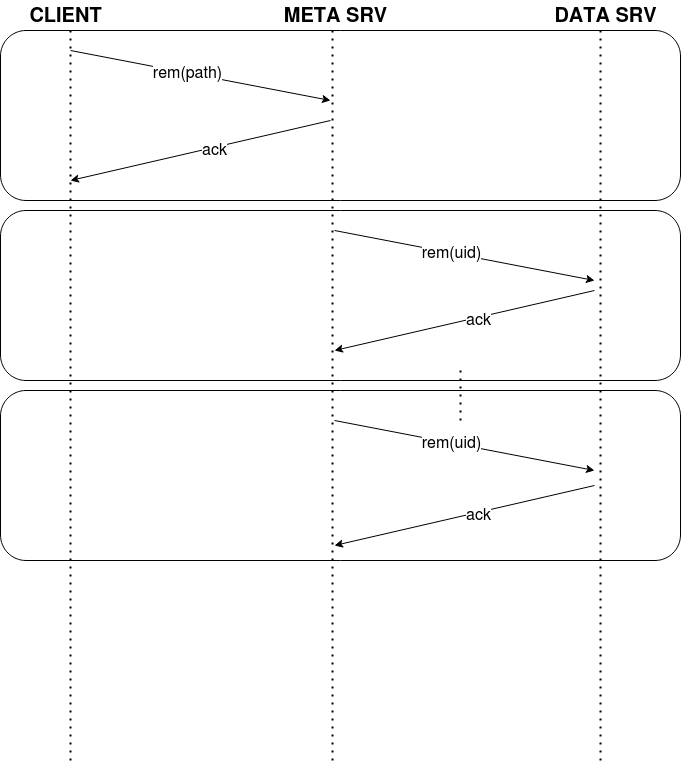
Above: diagrams/requests/rem_request.png in ale99WGiais/tesina_iot (draw.io), before the change. Source tidied: cells renumbered, new cells last; positions are measured from the earlier drawing's top-left corner, leaving out a move shared by most shapes.
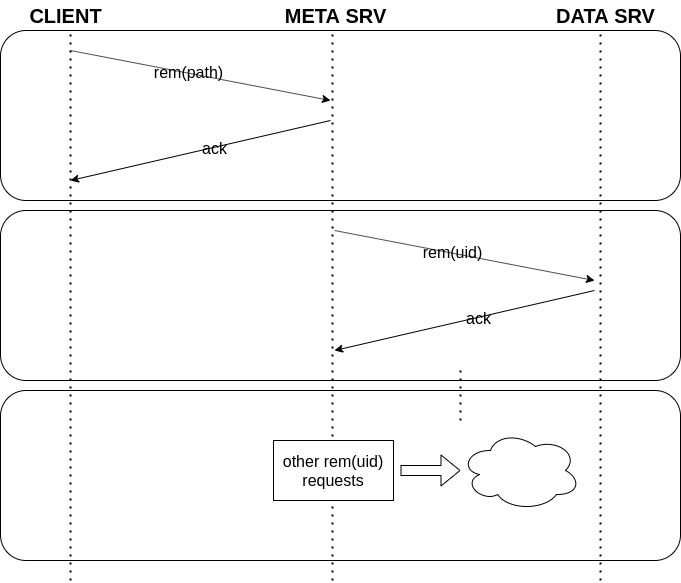
The same diagram one commit later.

What changed in the source:
```diff
@@ -13,7 +13,7 @@
     </mxCell>
     <mxCell id="5" style="endArrow=none;dashed=1;html=1;dashPattern=1 3;strokeWidth=2;fontSize=12;" parent="1" edge="1">
       <mxGeometry relative="1" as="geometry">
-        <mxPoint x="332" y="760" as="sourcePoint" />
+        <mxPoint x="332" y="580" as="sourcePoint" />
         <mxPoint x="332" y="30" as="targetPoint" />
       </mxGeometry>
     </mxCell>
@@ -37,13 +37,13 @@
     </mxCell>
     <mxCell id="11" style="endArrow=none;dashed=1;html=1;dashPattern=1 3;strokeWidth=2;fontSize=12;" parent="1" edge="1">
       <mxGeometry relative="1" as="geometry">
-        <mxPoint x="70" y="760" as="sourcePoint" />
+        <mxPoint x="70" y="580" as="sourcePoint" />
         <mxPoint x="70" y="30" as="targetPoint" />
       </mxGeometry>
     </mxCell>
     <mxCell id="12" style="endArrow=none;dashed=1;html=1;dashPattern=1 3;strokeWidth=2;fontSize=12;" parent="1" edge="1">
       <mxGeometry relative="1" as="geometry">
-        <mxPoint x="600" y="760" as="sourcePoint" />
+        <mxPoint x="600" y="580" as="sourcePoint" />
         <mxPoint x="600" y="30" as="targetPoint" />
       </mxGeometry>
     </mxCell>
@@ -65,15 +65,6 @@
     <mxCell id="16" value="&lt;div&gt;rem(uid)&lt;/div&gt;" style="edgeLabel;html=1;align=center;verticalAlign=middle;fontSize=16;" parent="15" vertex="1">
       <mxGeometry x="-0.1" y="1" relative="1" as="geometry" />
     </mxCell>
-    <mxCell id="17" style="endArrow=classic;html=1;fontSize=20;" parent="1" edge="1">
-      <mxGeometry relative="1" as="geometry">
-        <mxPoint x="334" y="420" as="sourcePoint" />
-        <mxPoint x="594" y="470" as="targetPoint" />
-      </mxGeometry>
-    </mxCell>
-    <mxCell id="18" value="&lt;div&gt;rem(uid)&lt;/div&gt;" style="edgeLabel;html=1;align=center;verticalAlign=middle;fontSize=16;" parent="17" vertex="1">
-      <mxGeometry x="-0.1" y="1" relative="1" as="geometry" />
-    </mxCell>
     <mxCell id="19" style="endArrow=none;dashed=1;html=1;dashPattern=1 3;strokeWidth=2;fontSize=16;" parent="1" edge="1">
       <mxGeometry relative="1" as="geometry">
         <mxPoint x="460" y="420" as="sourcePoint" />
@@ -89,14 +80,17 @@
     <mxCell id="21" value="&lt;div&gt;ack&lt;/div&gt;" style="edgeLabel;html=1;align=center;verticalAlign=middle;fontSize=16;" parent="20" vertex="1">
       <mxGeometry x="-0.1" y="1" relative="1" as="geometry" />
     </mxCell>
-    <mxCell id="22" style="endArrow=classic;html=1;fontSize=20;" parent="1" edge="1">
-      <mxGeometry relative="1" as="geometry">
-        <mxPoint x="594" y="485" as="sourcePoint" />
-        <mxPoint x="334" y="545" as="targetPoint" />
-      </mxGeometry>
-    </mxCell>
-    <mxCell id="23" value="&lt;div&gt;ack&lt;/div&gt;" style="edgeLabel;html=1;align=center;verticalAlign=middle;fontSize=16;" parent="22" vertex="1">
-      <mxGeometry x="-0.1" y="1" relative="1" as="geometry" />
-    </mxCell>
+    <mxCell id="24" style="ellipse;shape=cloud;whiteSpace=wrap;html=1;fontSize=16;" parent="1" vertex="1">
+      <mxGeometry x="460" y="430" width="120" height="80" as="geometry" />
+    </mxCell>
+    <mxCell id="25" value="other rem(uid) requests" style="rounded=0;whiteSpace=wrap;html=1;fontSize=16;" parent="1" vertex="1">
+      <mxGeometry x="273" y="440" width="120" height="60" as="geometry" />
+    </mxCell>
+    <mxCell id="26" style="shape=flexArrow;endArrow=classic;html=1;fontSize=16;" parent="1" edge="1">
+      <mxGeometry relative="1" as="geometry">
+        <mxPoint x="400" y="470" as="sourcePoint" />
+        <mxPoint x="460" y="470" as="targetPoint" />
+      </mxGeometry>
+    </mxCell>
   </root>
 </mxGraphModel>
```
